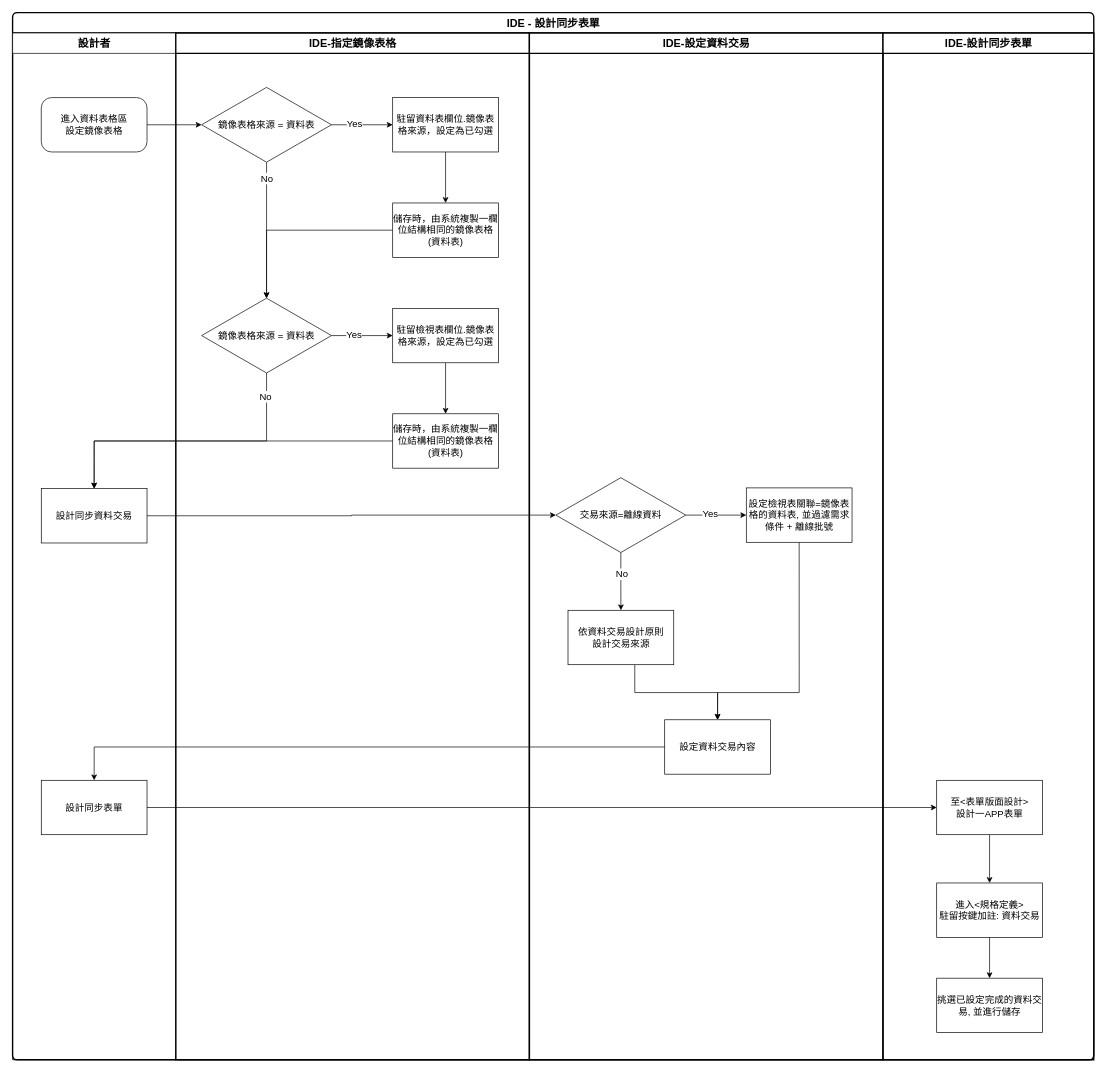
This is page "SyncForm" (3 of 3) of 8.10.0/UPDATE/ITEM_1/IDE/attachment/MAEOffline.drawio from ArcareRD/sadocs, a draw.io file, before an edit. Source tidied: cells renumbered, new cells numbered last; positions are measured from the earlier drawing's top-left corner, leaving out a move shared by most shapes. Both pictures are drawn from the tidied source at 68%, with x=0, y=0 at pixel (12, 12).
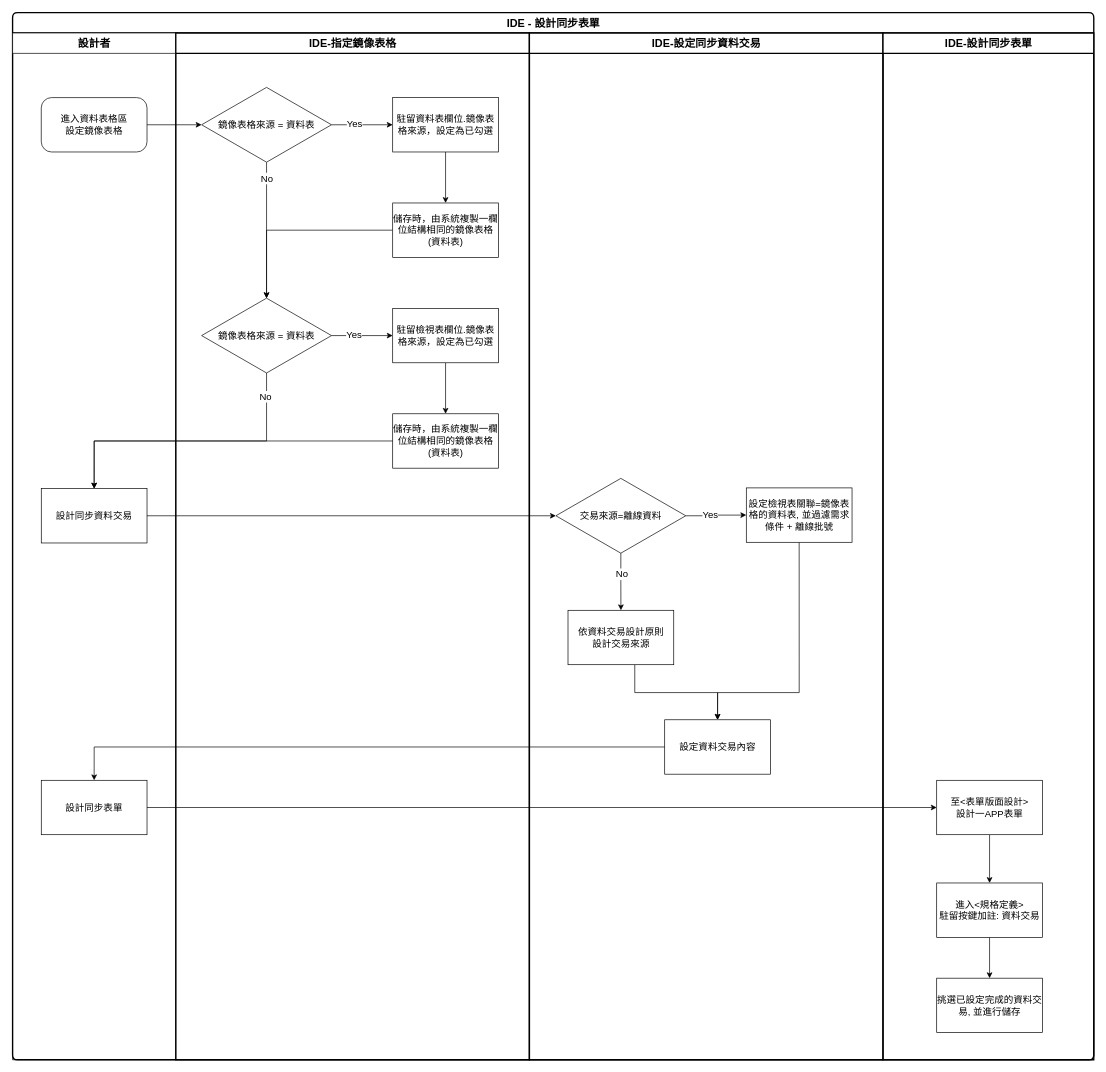
The same page after the edit.

Unchanged cells that the change refers to:
```xml
<mxCell id="2" value="IDE - 設計同步表單" style="swimlane;html=1;strokeColor=#000000;strokeWidth=2;fontSize=16;rounded=1;arcSize=8;startSize=30;" parent="1" vertex="1">
  <mxGeometry width="1590" height="1540" as="geometry" />
</mxCell>
```

The edit, as a diff of the source:
```diff
@@
-    <mxCell id="23" value="IDE-設定資料交易" style="swimlane;html=1;startSize=30;fontSize=16;strokeWidth=2;" parent="2" vertex="1">
+    <mxCell id="23" value="IDE-設定同步資料交易" style="swimlane;html=1;startSize=30;fontSize=16;strokeWidth=2;" parent="2" vertex="1">
       <mxGeometry x="760" y="30" width="520" height="1510" as="geometry" />
     </mxCell>
@@
     <mxCell id="28" value="交易來源=離線資料" style="rhombus;whiteSpace=wrap;html=1;strokeWidth=1;fontSize=14;" parent="23" vertex="1">
-      <mxGeometry x="39" y="654" width="191" height="110" as="geometry" />
+      <mxGeometry x="39" y="655" width="191" height="110" as="geometry" />
     </mxCell>
```
